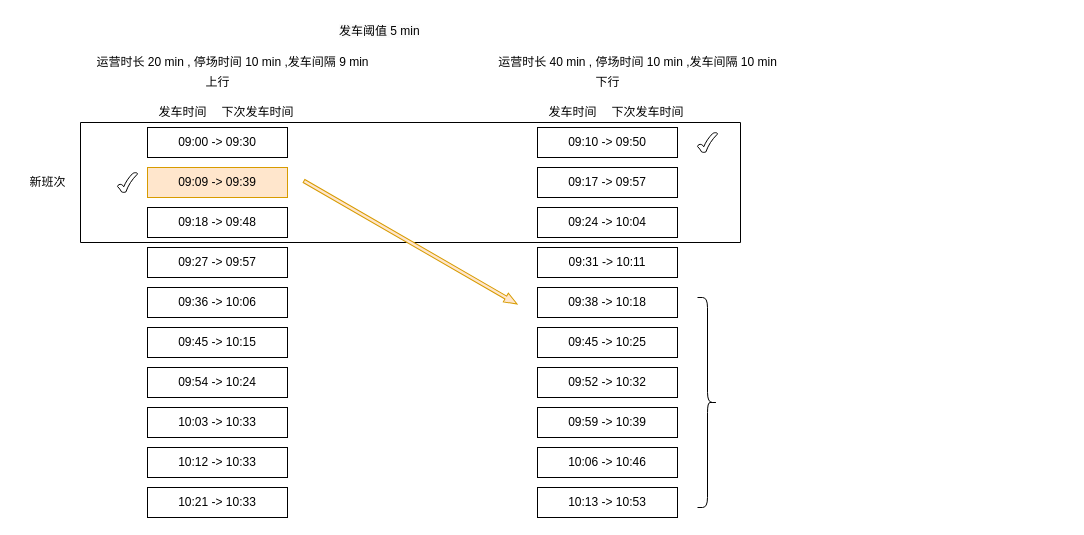
This is 未命名绘图.drawio from alwayChina/draw, a draw.io file, before an edit. Source tidied: cells renumbered, new cells numbered last; positions are measured from the earlier drawing's top-left corner, leaving out a move shared by most shapes. Both pictures are drawn from the tidied source at 100%, with x=0, y=0 at pixel (17, 17).
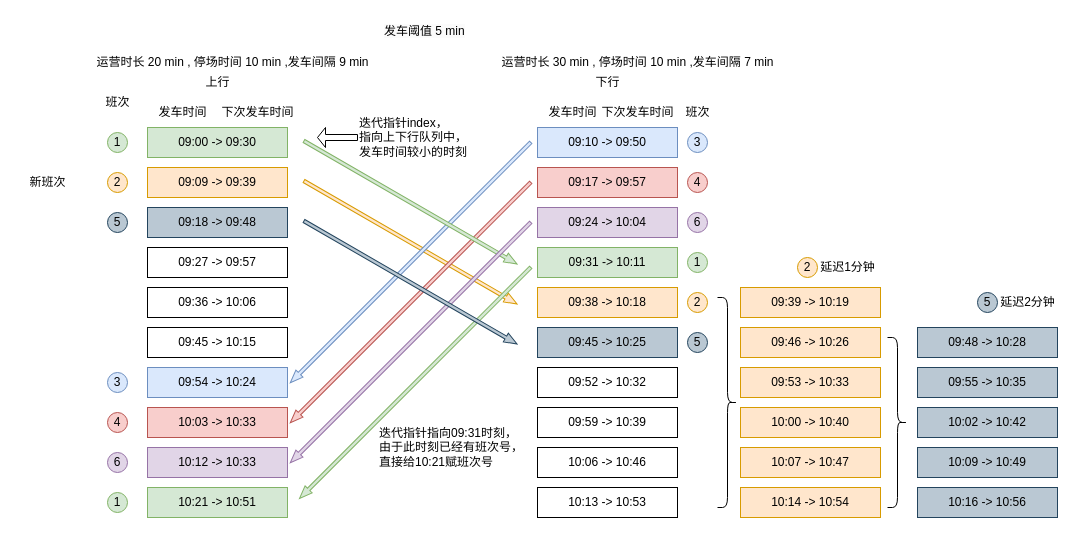
The same page after the edit.

Commit message:
更新未命名绘图.drawio

Change to the diagram source:
```diff
@@
-    <mxCell id="2" style="verticalLabelPosition=bottom;verticalAlign=top;html=1;shape=mxgraph.basic.rect;fillColor2=none;strokeWidth=1;size=20;indent=5;fontColor=#f90606;" parent="1" vertex="1">
-      <mxGeometry x="63" y="105" width="660" height="120" as="geometry" />
-    </mxCell>
-    <mxCell id="3" value="09:00 -&amp;gt; 09:30" style="rounded=0;whiteSpace=wrap;html=1;" parent="1" vertex="1">
+    <mxCell id="3" value="09:00 -&amp;gt; 09:30" style="rounded=0;whiteSpace=wrap;html=1;fillColor=#d5e8d4;strokeColor=#82b366;" parent="1" vertex="1">
       <mxGeometry x="130" y="110" width="140" height="30" as="geometry" />
     </mxCell>
@@
-    <mxCell id="5" value="09:18 -&amp;gt; 09:48" style="rounded=0;whiteSpace=wrap;html=1;" parent="1" vertex="1">
+    <mxCell id="5" value="09:18 -&amp;gt; 09:48" style="rounded=0;whiteSpace=wrap;html=1;fillColor=#bac8d3;strokeColor=#23445d;" parent="1" vertex="1">
       <mxGeometry x="130" y="190" width="140" height="30" as="geometry" />
     </mxCell>
@@
-    <mxCell id="9" value="09:54 -&amp;gt; 10:24" style="rounded=0;whiteSpace=wrap;html=1;" parent="1" vertex="1">
+    <mxCell id="9" value="09:54 -&amp;gt; 10:24" style="rounded=0;whiteSpace=wrap;html=1;fillColor=#dae8fc;strokeColor=#6c8ebf;" parent="1" vertex="1">
       <mxGeometry x="130" y="350" width="140" height="30" as="geometry" />
     </mxCell>
-    <mxCell id="10" value="10:03 -&amp;gt; 10:33" style="rounded=0;whiteSpace=wrap;html=1;" parent="1" vertex="1">
+    <mxCell id="10" value="10:03 -&amp;gt; 10:33" style="rounded=0;whiteSpace=wrap;html=1;fillColor=#f8cecc;strokeColor=#b85450;" parent="1" vertex="1">
       <mxGeometry x="130" y="390" width="140" height="30" as="geometry" />
     </mxCell>
@@
-    <mxCell id="15" value="09:10 -&amp;gt; 09:50" style="rounded=0;whiteSpace=wrap;html=1;" parent="1" vertex="1">
+    <mxCell id="15" value="09:10 -&amp;gt; 09:50" style="rounded=0;whiteSpace=wrap;html=1;fillColor=#dae8fc;strokeColor=#6c8ebf;" parent="1" vertex="1">
       <mxGeometry x="520" y="110" width="140" height="30" as="geometry" />
     </mxCell>
-    <mxCell id="16" value="09:17 -&amp;gt; 09:57" style="rounded=0;whiteSpace=wrap;html=1;" parent="1" vertex="1">
+    <mxCell id="16" value="09:17 -&amp;gt; 09:57" style="rounded=0;whiteSpace=wrap;html=1;fillColor=#f8cecc;strokeColor=#b85450;" parent="1" vertex="1">
       <mxGeometry x="520" y="150" width="140" height="30" as="geometry" />
     </mxCell>
-    <mxCell id="17" value="09:24 -&amp;gt; 10:04" style="rounded=0;whiteSpace=wrap;html=1;" parent="1" vertex="1">
+    <mxCell id="17" value="09:24 -&amp;gt; 10:04" style="rounded=0;whiteSpace=wrap;html=1;fillColor=#e1d5e7;strokeColor=#9673a6;" parent="1" vertex="1">
       <mxGeometry x="520" y="190" width="140" height="30" as="geometry" />
     </mxCell>
-    <mxCell id="18" value="09:31 -&amp;gt; 10:11" style="rounded=0;whiteSpace=wrap;html=1;" parent="1" vertex="1">
+    <mxCell id="18" value="09:31 -&amp;gt; 10:11" style="rounded=0;whiteSpace=wrap;html=1;fillColor=#d5e8d4;strokeColor=#82b366;" parent="1" vertex="1">
       <mxGeometry x="520" y="230" width="140" height="30" as="geometry" />
     </mxCell>
-    <mxCell id="19" value="09:38 -&amp;gt; 10:18" style="rounded=0;whiteSpace=wrap;html=1;" parent="1" vertex="1">
+    <mxCell id="19" value="09:38 -&amp;gt; 10:18" style="rounded=0;whiteSpace=wrap;html=1;fillColor=#ffe6cc;strokeColor=#d79b00;" parent="1" vertex="1">
       <mxGeometry x="520" y="270" width="140" height="30" as="geometry" />
     </mxCell>
-    <mxCell id="20" value="09:45 -&amp;gt; 10:25" style="rounded=0;whiteSpace=wrap;html=1;" parent="1" vertex="1">
+    <mxCell id="20" value="09:45 -&amp;gt; 10:25" style="rounded=0;whiteSpace=wrap;html=1;fillColor=#bac8d3;strokeColor=#23445d;" parent="1" vertex="1">
       <mxGeometry x="520" y="310" width="140" height="30" as="geometry" />
     </mxCell>
@@
     <mxCell id="25" value="下次发车时间" style="text;html=1;align=center;verticalAlign=middle;strokeColor=none;fillColor=none;" parent="1" vertex="1">
-      <mxGeometry x="580" y="80" width="100" height="30" as="geometry" />
+      <mxGeometry x="570" y="80" width="100" height="30" as="geometry" />
     </mxCell>
@@
-    <mxCell id="27" style="verticalLabelPosition=bottom;verticalAlign=top;html=1;shape=mxgraph.basic.tick;fontColor=#108bea;" parent="1" vertex="1">
-      <mxGeometry x="100" y="155" width="20" height="20" as="geometry" />
-    </mxCell>
@@
     <mxCell id="29" style="shape=curlyBracket;whiteSpace=wrap;html=1;rounded=1;flipH=1;labelPosition=right;verticalLabelPosition=middle;align=left;verticalAlign=middle;" parent="1" vertex="1">
-      <mxGeometry x="680" y="280" width="20" height="210" as="geometry" />
+      <mxGeometry x="700" y="280" width="20" height="210" as="geometry" />
     </mxCell>
-    <mxCell id="30" value="10:12 -&amp;gt; 10:33" style="rounded=0;whiteSpace=wrap;html=1;" parent="1" vertex="1">
+    <mxCell id="30" value="10:12 -&amp;gt; 10:33" style="rounded=0;whiteSpace=wrap;html=1;fillColor=#e1d5e7;strokeColor=#9673a6;" parent="1" vertex="1">
       <mxGeometry x="130" y="430" width="140" height="30" as="geometry" />
     </mxCell>
-    <mxCell id="31" value="10:21 -&amp;gt; 10:33" style="rounded=0;whiteSpace=wrap;html=1;" parent="1" vertex="1">
+    <mxCell id="31" value="10:21 -&amp;gt; 10:51" style="rounded=0;whiteSpace=wrap;html=1;fillColor=#d5e8d4;strokeColor=#82b366;" parent="1" vertex="1">
       <mxGeometry x="130" y="470" width="140" height="30" as="geometry" />
     </mxCell>
@@
-    <mxCell id="34" style="verticalLabelPosition=bottom;verticalAlign=top;html=1;shape=mxgraph.basic.tick;fontColor=#108bea;" parent="1" vertex="1">
-      <mxGeometry x="680" y="115" width="20" height="20" as="geometry" />
-    </mxCell>
     <mxCell id="35" value="&lt;span style=&quot;color: rgb(0, 0, 0); font-family: Helvetica; font-size: 12px; font-style: normal; font-variant-ligatures: normal; font-variant-caps: normal; font-weight: 400; letter-spacing: normal; orphans: 2; text-align: center; text-indent: 0px; text-transform: none; widows: 2; word-spacing: 0px; -webkit-text-stroke-width: 0px; background-color: rgb(251, 251, 251); text-decoration-thickness: initial; text-decoration-style: initial; text-decoration-color: initial; float: none; display: inline !important;&quot;&gt;发车阈值 5 min&lt;/span&gt;" style="text;whiteSpace=wrap;html=1;" parent="1" vertex="1">
-      <mxGeometry x="320" width="130" height="40" as="geometry" />
+      <mxGeometry x="365" width="130" height="40" as="geometry" />
     </mxCell>
-    <mxCell id="36" value="运营时长 40 min , 停场时间 10 min ,发车间隔 10 min" style="text;html=1;align=center;verticalAlign=middle;strokeColor=none;fillColor=none;" parent="1" vertex="1">
+    <mxCell id="36" value="运营时长 30 min , 停场时间 10 min ,发车间隔 7 min" style="text;html=1;align=center;verticalAlign=middle;strokeColor=none;fillColor=none;" parent="1" vertex="1">
       <mxGeometry x="470" y="30" width="300" height="30" as="geometry" />
     </mxCell>
+    <mxCell id="37" value="09:39 -&amp;gt; 10:19" style="rounded=0;whiteSpace=wrap;html=1;fillColor=#ffe6cc;strokeColor=#d79b00;" parent="1" vertex="1">
+      <mxGeometry x="723" y="270" width="140" height="30" as="geometry" />
+    </mxCell>
+    <mxCell id="38" value="09:46 -&amp;gt; 10:26" style="rounded=0;whiteSpace=wrap;html=1;fillColor=#ffe6cc;strokeColor=#d79b00;" parent="1" vertex="1">
+      <mxGeometry x="723" y="310" width="140" height="30" as="geometry" />
+    </mxCell>
+    <mxCell id="39" value="09:53 -&amp;gt; 10:33" style="rounded=0;whiteSpace=wrap;html=1;fillColor=#ffe6cc;strokeColor=#d79b00;" parent="1" vertex="1">
+      <mxGeometry x="723" y="350" width="140" height="30" as="geometry" />
+    </mxCell>
+    <mxCell id="40" value="10:00 -&amp;gt; 10:40" style="rounded=0;whiteSpace=wrap;html=1;fillColor=#ffe6cc;strokeColor=#d79b00;" parent="1" vertex="1">
+      <mxGeometry x="723" y="390" width="140" height="30" as="geometry" />
+    </mxCell>
+    <mxCell id="41" value="10:07 -&amp;gt; 10:47" style="rounded=0;whiteSpace=wrap;html=1;fillColor=#ffe6cc;strokeColor=#d79b00;" parent="1" vertex="1">
+      <mxGeometry x="723" y="430" width="140" height="30" as="geometry" />
+    </mxCell>
+    <mxCell id="42" value="10:14 -&amp;gt; 10:54" style="rounded=0;whiteSpace=wrap;html=1;fillColor=#ffe6cc;strokeColor=#d79b00;" parent="1" vertex="1">
+      <mxGeometry x="723" y="470" width="140" height="30" as="geometry" />
+    </mxCell>
+    <mxCell id="43" style="html=1;shadow=0;dashed=0;align=center;verticalAlign=middle;shape=mxgraph.arrows2.arrow;dy=0.66;dx=12.92;notch=0;rotation=-225;fillColor=#dae8fc;strokeColor=#6c8ebf;" parent="1" vertex="1">
+      <mxGeometry x="223" y="240" width="340" height="10" as="geometry" />
+    </mxCell>
+    <mxCell id="44" style="html=1;shadow=0;dashed=0;align=center;verticalAlign=middle;shape=mxgraph.arrows2.arrow;dy=0.66;dx=12.92;notch=0;rotation=-225;fillColor=#f8cecc;strokeColor=#b85450;" parent="1" vertex="1">
+      <mxGeometry x="223" y="280" width="340" height="10" as="geometry" />
+    </mxCell>
+    <mxCell id="45" style="html=1;shadow=0;dashed=0;align=center;verticalAlign=middle;shape=mxgraph.arrows2.arrow;dy=0.66;dx=12.92;notch=0;rotation=30;fillColor=#d5e8d4;strokeColor=#82b366;" parent="1" vertex="1">
+      <mxGeometry x="270" y="180" width="246" height="10" as="geometry" />
+    </mxCell>
+    <mxCell id="46" value="1" style="ellipse;whiteSpace=wrap;html=1;fillColor=#d5e8d4;strokeColor=#82b366;" parent="1" vertex="1">
+      <mxGeometry x="90" y="115" width="20" height="20" as="geometry" />
+    </mxCell>
+    <mxCell id="47" value="2" style="ellipse;whiteSpace=wrap;html=1;fillColor=#ffe6cc;strokeColor=#d79b00;" parent="1" vertex="1">
+      <mxGeometry x="90" y="155" width="20" height="20" as="geometry" />
+    </mxCell>
+    <mxCell id="48" value="3" style="ellipse;whiteSpace=wrap;html=1;fillColor=#dae8fc;strokeColor=#6c8ebf;" parent="1" vertex="1">
+      <mxGeometry x="670" y="115" width="20" height="20" as="geometry" />
+    </mxCell>
+    <mxCell id="49" value="4" style="ellipse;whiteSpace=wrap;html=1;fillColor=#f8cecc;strokeColor=#b85450;" parent="1" vertex="1">
+      <mxGeometry x="670" y="155" width="20" height="20" as="geometry" />
+    </mxCell>
+    <mxCell id="50" value="1" style="ellipse;whiteSpace=wrap;html=1;fillColor=#d5e8d4;strokeColor=#82b366;" parent="1" vertex="1">
+      <mxGeometry x="670" y="235" width="20" height="20" as="geometry" />
+    </mxCell>
+    <mxCell id="51" value="2" style="ellipse;whiteSpace=wrap;html=1;fillColor=#ffe6cc;strokeColor=#d79b00;" parent="1" vertex="1">
+      <mxGeometry x="670" y="275" width="20" height="20" as="geometry" />
+    </mxCell>
+    <mxCell id="52" value="3" style="ellipse;whiteSpace=wrap;html=1;fillColor=#dae8fc;strokeColor=#6c8ebf;" parent="1" vertex="1">
+      <mxGeometry x="90" y="355" width="20" height="20" as="geometry" />
+    </mxCell>
+    <mxCell id="53" value="4" style="ellipse;whiteSpace=wrap;html=1;fillColor=#f8cecc;strokeColor=#b85450;" parent="1" vertex="1">
+      <mxGeometry x="90" y="395" width="20" height="20" as="geometry" />
+    </mxCell>
+    <mxCell id="54" style="html=1;shadow=0;dashed=0;align=center;verticalAlign=middle;shape=mxgraph.arrows2.arrow;dy=0.66;dx=12.92;notch=0;rotation=-225;fillColor=#d5e8d4;strokeColor=#82b366;" parent="1" vertex="1">
+      <mxGeometry x="234.1" y="360.4" width="327" height="10" as="geometry" />
+    </mxCell>
+    <mxCell id="55" value="1" style="ellipse;whiteSpace=wrap;html=1;fillColor=#d5e8d4;strokeColor=#82b366;" parent="1" vertex="1">
+      <mxGeometry x="90" y="475" width="20" height="20" as="geometry" />
+    </mxCell>
+    <mxCell id="56" style="shape=singleArrow;whiteSpace=wrap;html=1;rotation=-180;" parent="1" vertex="1">
+      <mxGeometry x="300" y="110" width="40" height="20" as="geometry" />
+    </mxCell>
+    <mxCell id="57" style="html=1;shadow=0;dashed=0;align=center;verticalAlign=middle;shape=mxgraph.arrows2.arrow;dy=0.66;dx=12.92;notch=0;rotation=-225;fillColor=#e1d5e7;strokeColor=#9673a6;" parent="1" vertex="1">
+      <mxGeometry x="223" y="320" width="340" height="10" as="geometry" />
+    </mxCell>
+    <mxCell id="58" value="迭代指针index，&lt;br&gt;指向上下行队列中，&lt;br&gt;发车时间较小的时刻" style="text;html=1;align=left;verticalAlign=middle;strokeColor=none;fillColor=none;" parent="1" vertex="1">
+      <mxGeometry x="340" y="90" width="130" height="60" as="geometry" />
+    </mxCell>
+    <mxCell id="59" value="迭代指针指向09:31时刻，&lt;br&gt;由于此时刻已经有班次号，&lt;br&gt;直接给10:21赋班次号" style="text;html=1;align=left;verticalAlign=middle;strokeColor=none;fillColor=none;" parent="1" vertex="1">
+      <mxGeometry x="360" y="400" width="170" height="60" as="geometry" />
+    </mxCell>
+    <mxCell id="60" value="5" style="ellipse;whiteSpace=wrap;html=1;fillColor=#bac8d3;strokeColor=#23445d;" parent="1" vertex="1">
+      <mxGeometry x="90" y="195" width="20" height="20" as="geometry" />
+    </mxCell>
+    <mxCell id="61" value="6" style="ellipse;whiteSpace=wrap;html=1;fillColor=#e1d5e7;strokeColor=#9673a6;" parent="1" vertex="1">
+      <mxGeometry x="670" y="195" width="20" height="20" as="geometry" />
+    </mxCell>
+    <mxCell id="62" value="6" style="ellipse;whiteSpace=wrap;html=1;fillColor=#e1d5e7;strokeColor=#9673a6;" parent="1" vertex="1">
+      <mxGeometry x="90" y="435" width="20" height="20" as="geometry" />
+    </mxCell>
+    <mxCell id="63" value="班次" style="text;html=1;align=center;verticalAlign=middle;strokeColor=none;fillColor=none;" parent="1" vertex="1">
+      <mxGeometry x="75" y="70" width="50" height="30" as="geometry" />
+    </mxCell>
+    <mxCell id="64" value="班次" style="text;html=1;align=center;verticalAlign=middle;strokeColor=none;fillColor=none;" parent="1" vertex="1">
+      <mxGeometry x="655" y="80" width="50" height="30" as="geometry" />
+    </mxCell>
+    <mxCell id="65" style="html=1;shadow=0;dashed=0;align=center;verticalAlign=middle;shape=mxgraph.arrows2.arrow;dy=0.66;dx=12.92;notch=0;rotation=30;fillColor=#bac8d3;strokeColor=#23445d;" parent="1" vertex="1">
+      <mxGeometry x="270" y="260" width="246" height="10" as="geometry" />
+    </mxCell>
+    <mxCell id="66" value="09:48 -&amp;gt; 10:28" style="rounded=0;whiteSpace=wrap;html=1;fillColor=#bac8d3;strokeColor=#23445d;" parent="1" vertex="1">
+      <mxGeometry x="900" y="310" width="140" height="30" as="geometry" />
+    </mxCell>
+    <mxCell id="67" value="09:55 -&amp;gt; 10:35" style="rounded=0;whiteSpace=wrap;html=1;fillColor=#bac8d3;strokeColor=#23445d;" parent="1" vertex="1">
+      <mxGeometry x="900" y="350" width="140" height="30" as="geometry" />
+    </mxCell>
+    <mxCell id="68" value="10:02 -&amp;gt; 10:42" style="rounded=0;whiteSpace=wrap;html=1;fillColor=#bac8d3;strokeColor=#23445d;" parent="1" vertex="1">
+      <mxGeometry x="900" y="390" width="140" height="30" as="geometry" />
+    </mxCell>
+    <mxCell id="69" value="10:09 -&amp;gt; 10:49" style="rounded=0;whiteSpace=wrap;html=1;fillColor=#bac8d3;strokeColor=#23445d;" parent="1" vertex="1">
+      <mxGeometry x="900" y="430" width="140" height="30" as="geometry" />
+    </mxCell>
+    <mxCell id="70" value="10:16 -&amp;gt; 10:56" style="rounded=0;whiteSpace=wrap;html=1;fillColor=#bac8d3;strokeColor=#23445d;" parent="1" vertex="1">
+      <mxGeometry x="900" y="470" width="140" height="30" as="geometry" />
+    </mxCell>
+    <mxCell id="71" value="2" style="ellipse;whiteSpace=wrap;html=1;fillColor=#ffe6cc;strokeColor=#d79b00;" parent="1" vertex="1">
+      <mxGeometry x="780" y="240" width="20" height="20" as="geometry" />
+    </mxCell>
+    <mxCell id="72" value="5" style="ellipse;whiteSpace=wrap;html=1;fillColor=#bac8d3;strokeColor=#23445d;" parent="1" vertex="1">
+      <mxGeometry x="960" y="275" width="20" height="20" as="geometry" />
+    </mxCell>
+    <mxCell id="73" value="5" style="ellipse;whiteSpace=wrap;html=1;fillColor=#bac8d3;strokeColor=#23445d;" parent="1" vertex="1">
+      <mxGeometry x="670" y="315" width="20" height="20" as="geometry" />
+    </mxCell>
+    <mxCell id="74" value="延迟1分钟" style="text;html=1;align=center;verticalAlign=middle;strokeColor=none;fillColor=none;" parent="1" vertex="1">
+      <mxGeometry x="790" y="235" width="80" height="30" as="geometry" />
+    </mxCell>
+    <mxCell id="75" value="延迟2分钟" style="text;html=1;align=center;verticalAlign=middle;strokeColor=none;fillColor=none;" parent="1" vertex="1">
+      <mxGeometry x="970" y="270" width="80" height="30" as="geometry" />
+    </mxCell>
+    <mxCell id="76" style="shape=curlyBracket;whiteSpace=wrap;html=1;rounded=1;flipH=1;labelPosition=right;verticalLabelPosition=middle;align=left;verticalAlign=middle;" parent="1" vertex="1">
+      <mxGeometry x="870" y="320" width="20" height="170" as="geometry" />
+    </mxCell>
```
